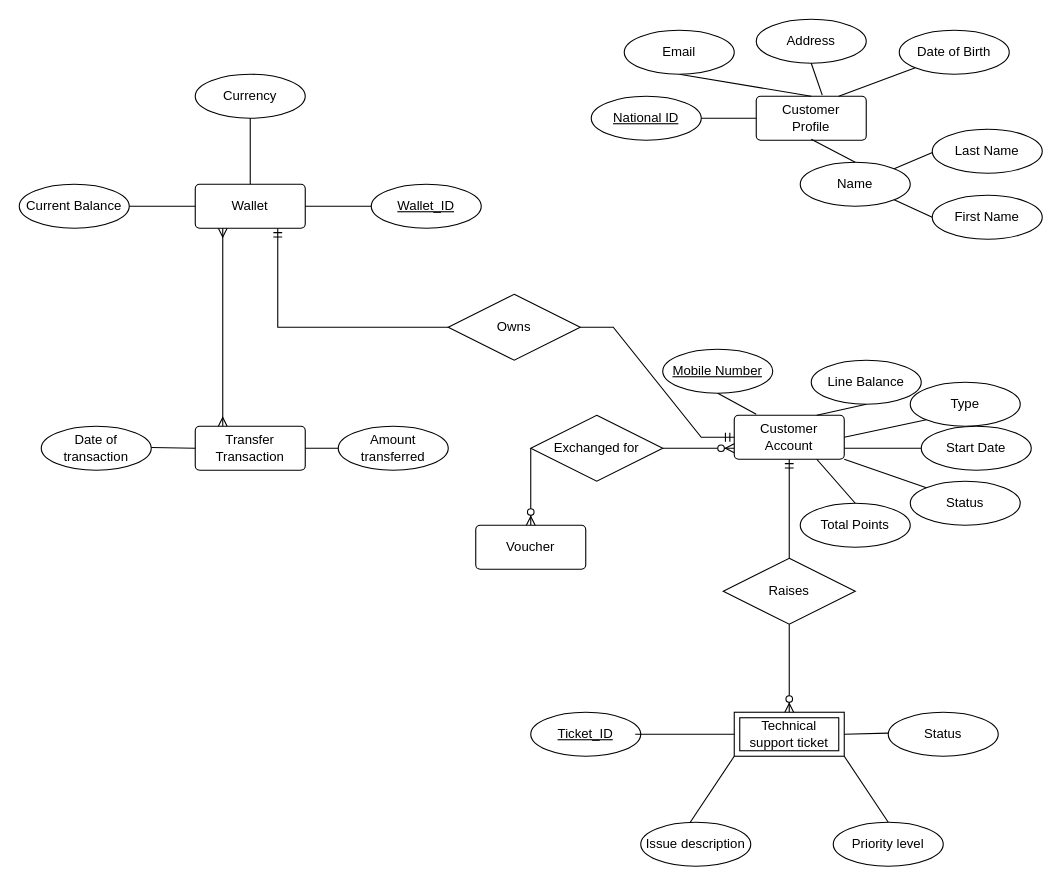
Above: Untitled Diagram.drawio in itsfadymate/Customer-Data-Management-System (draw.io), before the change. Source tidied: cells renumbered, new cells numbered last; positions are measured from the earlier drawing's top-left corner, leaving out a move shared by most shapes. Both pictures are drawn from the tidied source at 110%, with x=0, y=0 at pixel (19, 19).
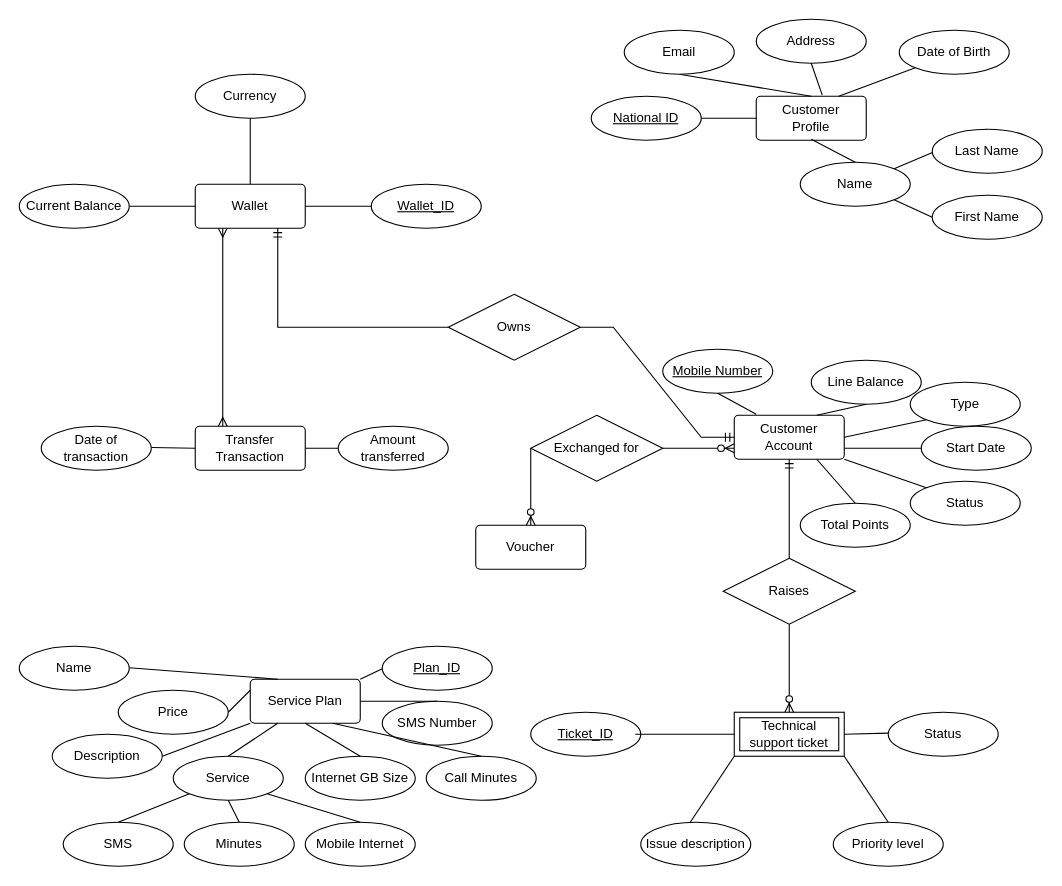
The same diagram, later.

Commit message:
added attributes of service plan entity

What changed in the source:
```diff
@@
+    <mxCell id="63" value="Service Plan" style="rounded=1;arcSize=10;whiteSpace=wrap;html=1;align=center;" parent="1" vertex="1">
+      <mxGeometry x="210" y="600" width="100" height="40" as="geometry" />
+    </mxCell>
+    <mxCell id="64" value="Service" style="ellipse;whiteSpace=wrap;html=1;align=center;" parent="1" vertex="1">
+      <mxGeometry x="140" y="670" width="100" height="40" as="geometry" />
+    </mxCell>
+    <mxCell id="65" value="SMS" style="ellipse;whiteSpace=wrap;html=1;align=center;" parent="1" vertex="1">
+      <mxGeometry x="40" y="730" width="100" height="40" as="geometry" />
+    </mxCell>
+    <mxCell id="66" value="Minutes" style="ellipse;whiteSpace=wrap;html=1;align=center;" parent="1" vertex="1">
+      <mxGeometry x="150" y="730" width="100" height="40" as="geometry" />
+    </mxCell>
+    <mxCell id="67" value="Mobile Internet" style="ellipse;whiteSpace=wrap;html=1;align=center;" parent="1" vertex="1">
+      <mxGeometry x="260" y="730" width="100" height="40" as="geometry" />
+    </mxCell>
+    <mxCell id="68" style="endArrow=none;html=1;rounded=0;fontFamily=Helvetica;fontSize=12;fontColor=default;fontStyle=4;entryX=0.5;entryY=0;entryDx=0;entryDy=0;exitX=0.25;exitY=1;exitDx=0;exitDy=0;" parent="1" edge="1" source="63" target="64">
+      <mxGeometry relative="1" as="geometry" />
+    </mxCell>
+    <mxCell id="69" style="endArrow=none;html=1;rounded=0;fontFamily=Helvetica;fontSize=12;fontColor=default;fontStyle=4;entryX=1;entryY=1;entryDx=0;entryDy=0;exitX=0.5;exitY=0;exitDx=0;exitDy=0;" parent="1" edge="1" source="67" target="64">
+      <mxGeometry relative="1" as="geometry" />
+    </mxCell>
+    <mxCell id="70" style="endArrow=none;html=1;rounded=0;fontFamily=Helvetica;fontSize=12;fontColor=default;fontStyle=4;entryX=0;entryY=1;entryDx=0;entryDy=0;exitX=0.5;exitY=0;exitDx=0;exitDy=0;" parent="1" edge="1" source="65" target="64">
+      <mxGeometry relative="1" as="geometry" />
+    </mxCell>
+    <mxCell id="71" style="endArrow=none;html=1;rounded=0;fontFamily=Helvetica;fontSize=12;fontColor=default;fontStyle=4;entryX=0.5;entryY=1;entryDx=0;entryDy=0;exitX=0.5;exitY=0;exitDx=0;exitDy=0;" parent="1" edge="1" source="66" target="64">
+      <mxGeometry relative="1" as="geometry" />
+    </mxCell>
+    <mxCell id="72" value="SMS Number" style="ellipse;whiteSpace=wrap;html=1;align=center;" parent="1" vertex="1">
+      <mxGeometry x="330" y="620" width="100" height="40" as="geometry" />
+    </mxCell>
+    <mxCell id="73" value="Call Minutes" style="ellipse;whiteSpace=wrap;html=1;align=center;" parent="1" vertex="1">
+      <mxGeometry x="370" y="670" width="100" height="40" as="geometry" />
+    </mxCell>
+    <mxCell id="74" value="Internet GB Size" style="ellipse;whiteSpace=wrap;html=1;align=center;" parent="1" vertex="1">
+      <mxGeometry x="260" y="670" width="100" height="40" as="geometry" />
+    </mxCell>
+    <mxCell id="75" value="Price" style="ellipse;whiteSpace=wrap;html=1;align=center;" parent="1" vertex="1">
+      <mxGeometry x="90" y="610" width="100" height="40" as="geometry" />
+    </mxCell>
+    <mxCell id="76" value="Description" style="ellipse;whiteSpace=wrap;html=1;align=center;" parent="1" vertex="1">
+      <mxGeometry x="30" y="650" width="100" height="40" as="geometry" />
+    </mxCell>
+    <mxCell id="77" value="Name" style="ellipse;whiteSpace=wrap;html=1;align=center;" parent="1" vertex="1">
+      <mxGeometry y="570" width="100" height="40" as="geometry" />
+    </mxCell>
+    <mxCell id="78" style="endArrow=none;html=1;rounded=0;fontFamily=Helvetica;fontSize=12;fontColor=default;fontStyle=4;entryX=0.5;entryY=0;entryDx=0;entryDy=0;" parent="1" edge="1" target="72">
+      <mxGeometry relative="1" as="geometry">
+        <mxPoint x="310" y="620" as="sourcePoint" />
+      </mxGeometry>
+    </mxCell>
+    <mxCell id="79" style="endArrow=none;html=1;rounded=0;fontFamily=Helvetica;fontSize=12;fontColor=default;fontStyle=4;entryX=0.5;entryY=0;entryDx=0;entryDy=0;exitX=0.75;exitY=1;exitDx=0;exitDy=0;" parent="1" edge="1" source="63" target="73">
+      <mxGeometry relative="1" as="geometry" />
+    </mxCell>
+    <mxCell id="80" style="endArrow=none;html=1;rounded=0;fontFamily=Helvetica;fontSize=12;fontColor=default;fontStyle=4;entryX=0.5;entryY=0;entryDx=0;entryDy=0;exitX=0.5;exitY=1;exitDx=0;exitDy=0;" parent="1" edge="1" source="63" target="74">
+      <mxGeometry relative="1" as="geometry" />
+    </mxCell>
+    <mxCell id="81" style="endArrow=none;html=1;rounded=0;fontFamily=Helvetica;fontSize=12;fontColor=default;fontStyle=4;entryX=0.25;entryY=0;entryDx=0;entryDy=0;" parent="1" edge="1" target="63">
+      <mxGeometry relative="1" as="geometry">
+        <mxPoint x="100" y="589.5" as="sourcePoint" />
+      </mxGeometry>
+    </mxCell>
+    <mxCell id="82" style="endArrow=none;html=1;rounded=0;fontFamily=Helvetica;fontSize=12;fontColor=default;fontStyle=4;entryX=0;entryY=1;entryDx=0;entryDy=0;exitX=1;exitY=0.5;exitDx=0;exitDy=0;" parent="1" edge="1" source="76" target="63">
+      <mxGeometry relative="1" as="geometry" />
+    </mxCell>
+    <mxCell id="83" style="endArrow=none;html=1;rounded=0;fontFamily=Helvetica;fontSize=12;fontColor=default;fontStyle=4;entryX=0;entryY=0.25;entryDx=0;entryDy=0;exitX=1;exitY=0.5;exitDx=0;exitDy=0;" parent="1" edge="1" source="75" target="63">
+      <mxGeometry relative="1" as="geometry" />
+    </mxCell>
+    <mxCell id="84" value="Plan_ID" style="ellipse;whiteSpace=wrap;html=1;align=center;fontStyle=4;strokeColor=default;verticalAlign=middle;fontFamily=Helvetica;fontSize=12;fontColor=default;fillColor=default;" parent="1" vertex="1">
+      <mxGeometry x="330" y="570" width="100" height="40" as="geometry" />
+    </mxCell>
+    <mxCell id="85" style="endArrow=none;html=1;rounded=0;fontFamily=Helvetica;fontSize=12;fontColor=default;fontStyle=4;entryX=0.25;entryY=0;entryDx=0;entryDy=0;exitX=1;exitY=0;exitDx=0;exitDy=0;" parent="1" edge="1" source="63">
+      <mxGeometry relative="1" as="geometry">
+        <mxPoint x="330" y="590.5" as="targetPoint" />
+      </mxGeometry>
+    </mxCell>
```
